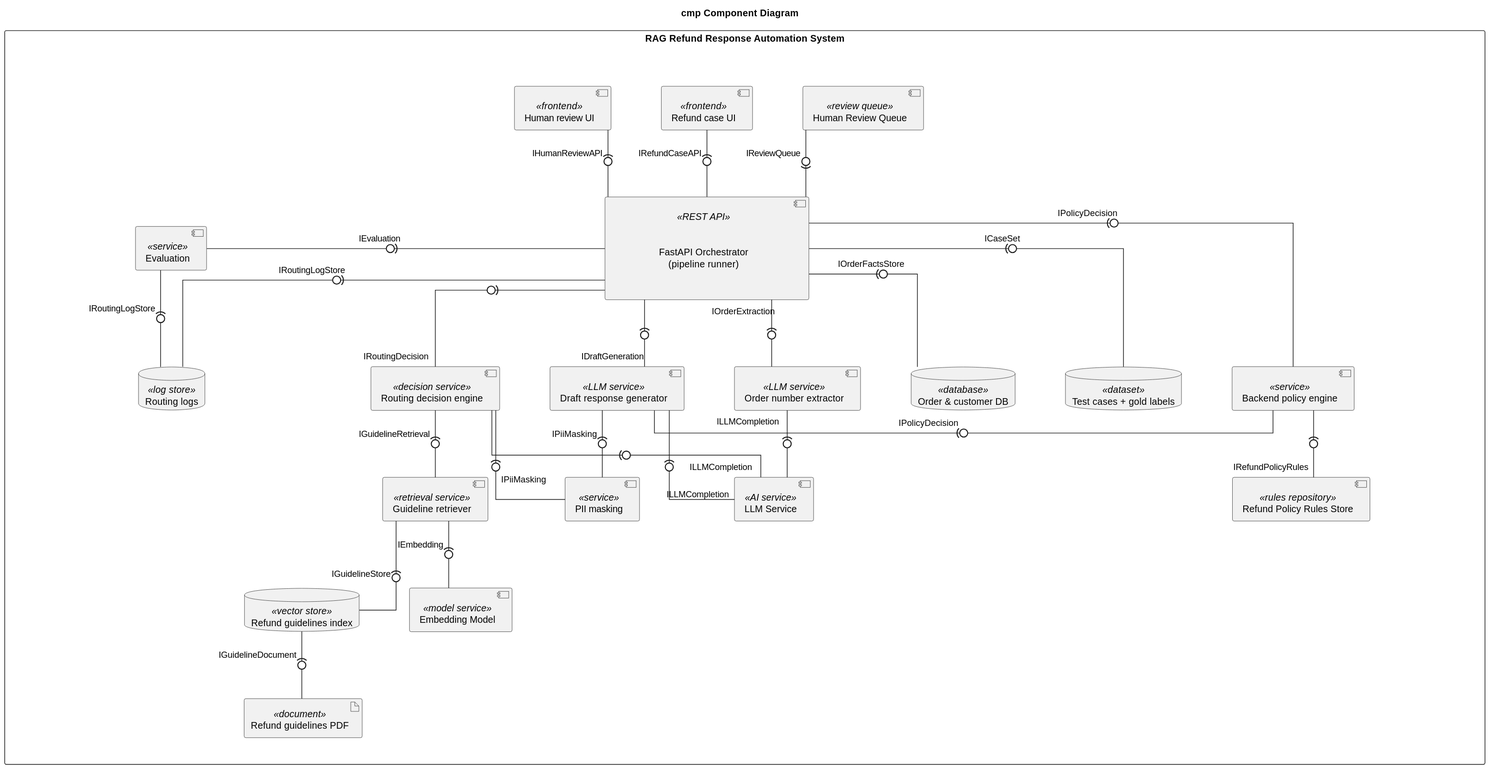
Before: docs/diagrams/component.svg, a diagram exported from PlantUML (VyshakhGN/llmgov).
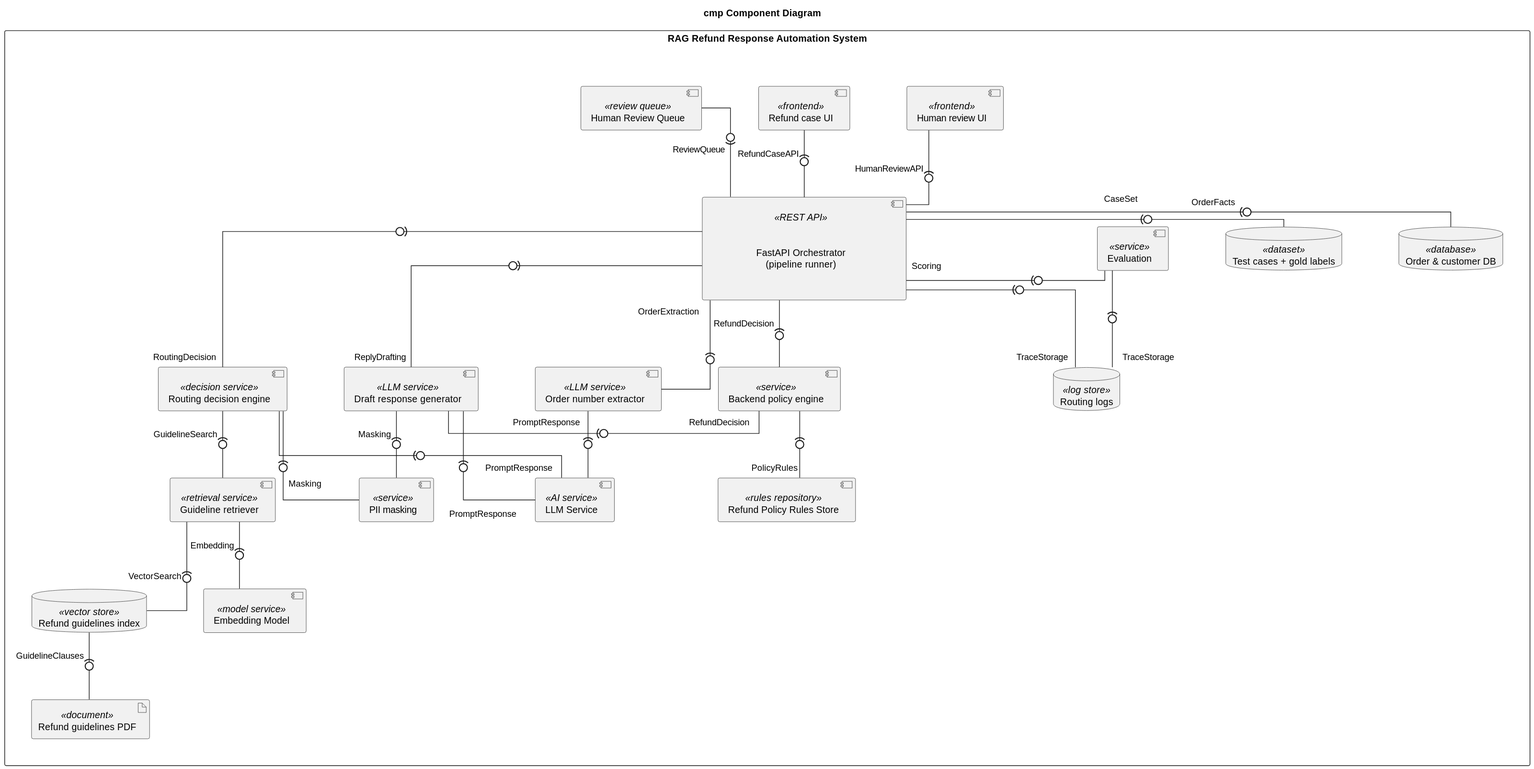
The same diagram one commit later.

Commit message:
Some changes to the component and sequence diagrams

What changed in the source:
```diff
@@ -2,7 +2,7 @@
 skinparam componentStyle uml2
 skinparam shadowing false
 skinparam linetype ortho
-skinparam nodesep 75
+skinparam nodesep 85
 skinparam ranksep 100
 skinparam defaultTextAlignment center
 skinparam rectangle<<column>> {
@@ -67,36 +67,36 @@
 
 }
 
-UI_CASE -down(0- ORCH : IRefundCaseAPI
-UI_REVIEW -down(0- ORCH : IHumanReviewAPI
-ORCH -up(0- QUEUE : IReviewQueue
+UI_CASE -down(0- ORCH : RefundCaseAPI
+UI_REVIEW -down(0- ORCH : HumanReviewAPI
+ORCH -up(0- QUEUE : ReviewQueue
 
-ORCH -left(0- CASES : ICaseSet
+ORCH -left(0- CASES : CaseSet\n
 
-ORCH -right(0- EVAL : IEvaluation
+ORCH "Scoring\n" -right(0- EVAL
 SPACER -[hidden]right- EVAL
 POL -[hidden]right- SPACER2
-EVAL -down(0- LOGS : IRoutingLogStore
-ORCH -down(0- LOGS : IRoutingLogStore
+EVAL -down(0- "TraceStorage" LOGS
+ORCH -down(0- "TraceStorage" LOGS
 
-ORCH -down(0- POL : IPolicyDecision
-ORCH -down(0- "IRoutingDecision" ROUTE
+ORCH -down(0- POL : RefundDecision
+ORCH -down(0- "RoutingDecision" ROUTE
 
-ORCH -down(0- "IDraftGeneration" DRAFT
-EXT -up0)- "IOrderExtraction" ORCH
-ORCH -down(0- ORDERDB : IOrderFactsStore
+ORCH -down(0- "ReplyDrafting" DRAFT
+EXT -up0)- "OrderExtraction" ORCH
+ORCH -down(0- ORDERDB : OrderFacts
 
 
-POL -down(0- "IRefundPolicyRules" RULES
-ROUTE -down(0- RET : IGuidelineRetrieval
-ROUTE -down(0- RISK : IPiiMasking
-DRAFT -down(0- RISK : IPiiMasking
-DRAFT -[norank](0- POL : IPolicyDecision
-ROUTE -down(0- "ILLMCompletion" LLM
-DRAFT -down(0- "ILLMCompletion" LLM
-EXT "ILLMCompletion" -down(0- LLM
+POL -down(0- "PolicyRules" RULES
+ROUTE -down(0- RET : GuidelineSearch
+ROUTE -down(0- RISK : Masking
+DRAFT -down(0- RISK : Masking
+DRAFT -[norank](0- "RefundDecision" POL
+ROUTE -down(0- "PromptResponse" LLM
+DRAFT -down(0- LLM : \nPromptResponse
+EXT "PromptResponse" -down(0- LLM
 
-RET -down(0- VEC : IGuidelineStore
-RET -down(0- EMB : IEmbedding
-VEC -down(0- PDF : IGuidelineDocument
+RET -down(0- VEC : VectorSearch
+RET -down(0- EMB : Embedding
+VEC -down(0- PDF : GuidelineClauses
 @enduml
```
